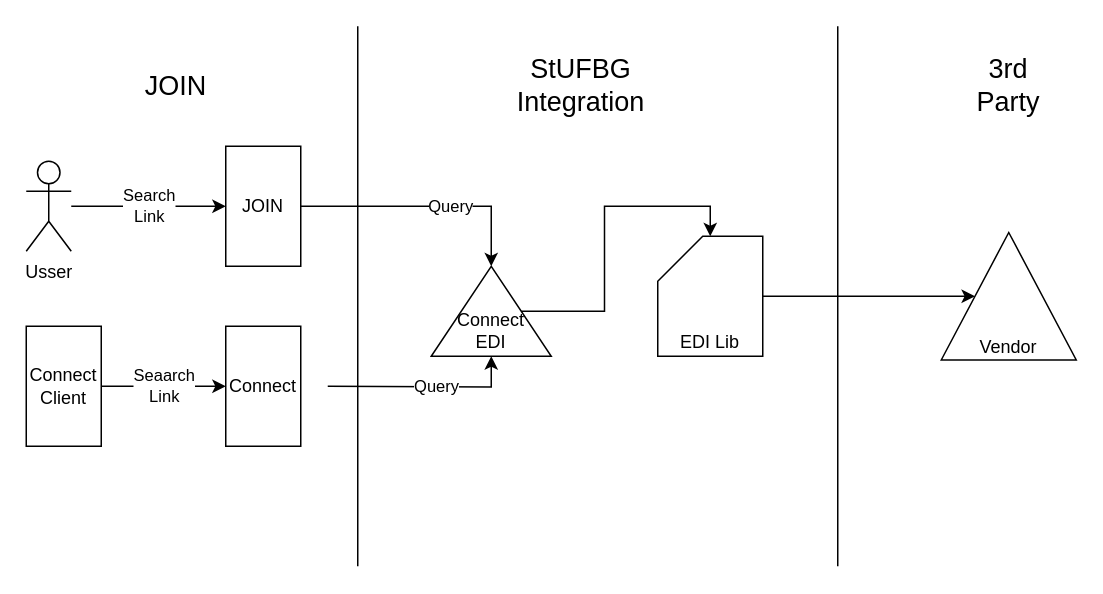
The draw.io diagram page "EDI Connect" (1 of 5) of StUFBG.drawio in surajpunugade/surajgithubsite, before the edit. Source tidied: cells renumbered, new cells numbered last; positions are measured from the earlier drawing's top-left corner, leaving out a move shared by most shapes. Both pictures are drawn from the tidied source at 150%, with x=0, y=0 at pixel (26, 26).
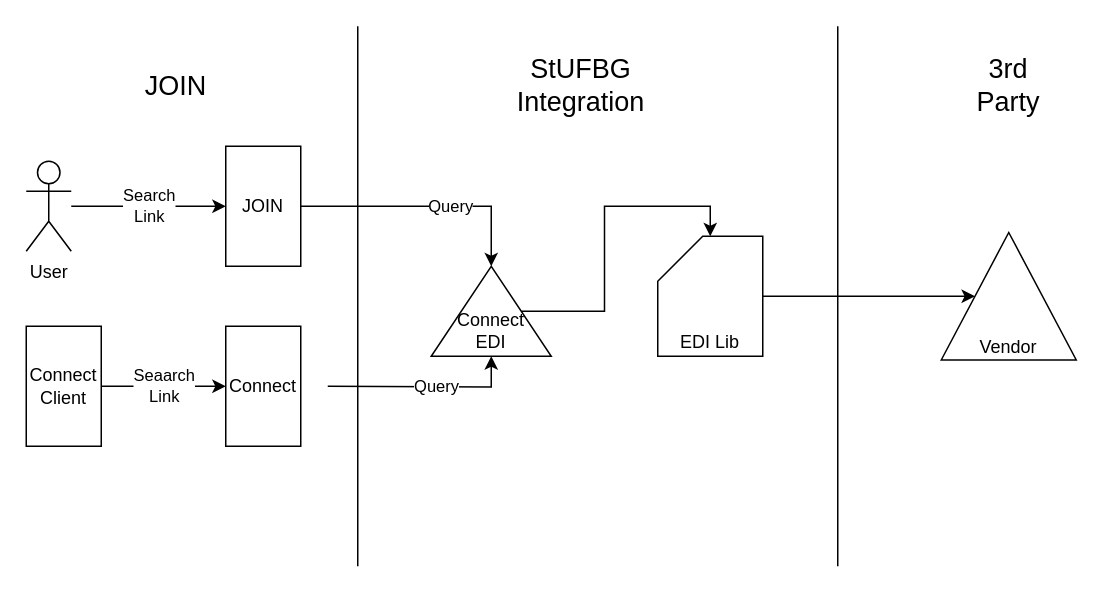
After the change.

Diff of the diagram source:
```diff
@@
-    <mxCell id="9" value="Usser" style="shape=umlActor;verticalLabelPosition=bottom;labelBackgroundColor=#ffffff;verticalAlign=top;html=1;outlineConnect=0;" parent="1" vertex="1">
+    <mxCell id="9" value="User" style="shape=umlActor;verticalLabelPosition=bottom;labelBackgroundColor=#ffffff;verticalAlign=top;html=1;outlineConnect=0;" parent="1" vertex="1">
       <mxGeometry y="90" width="30" height="60" as="geometry" />
     </mxCell>
```
